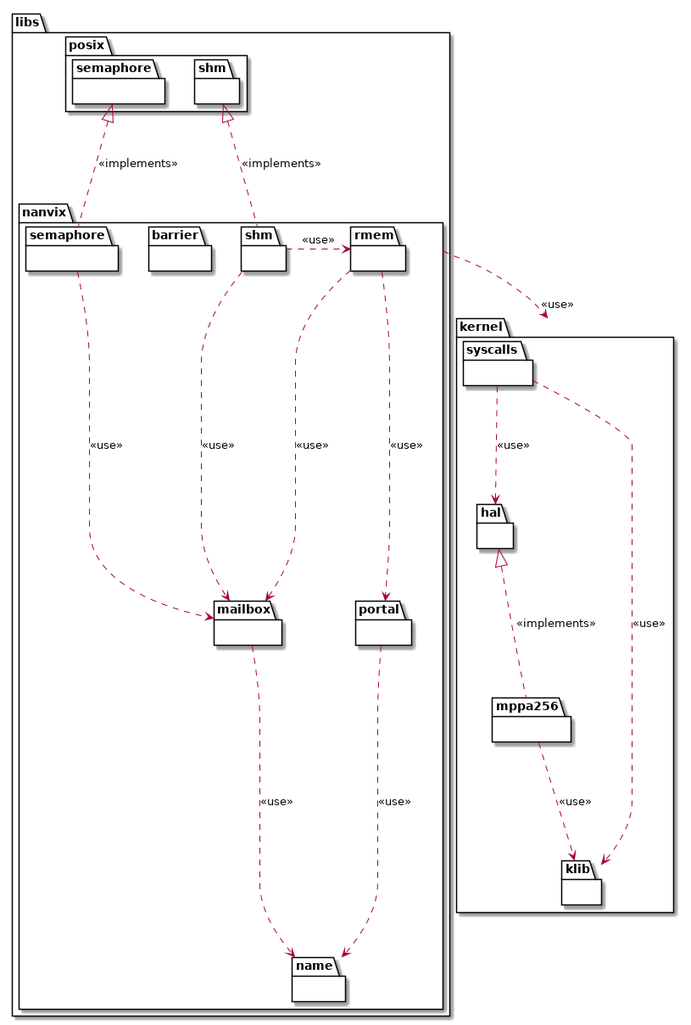
Before: doc/class-diagrams/nanvix.png, a diagram exported from PlantUML (mbcastro/multikernel). The source it was exported from:
```plantuml
@startuml


namespace kernel {
	namespace hal {
	}

	namespace mppa256 {
	}

	namespace syscalls {
	}

	namespace klib {
	}

	kernel.hal      <|.. kernel.mppa256 : <<implements>>
	kernel.mppa256  ..>  kernel.klib    : <<use>>
	kernel.syscalls ..>  kernel.hal     : <<use>>
	kernel.syscalls ..>  kernel.klib    : <<use>>
}


namespace libs {
	namespace nanvix {
		namespace barrier {
		}

		namespace name {
		}

		namespace mailbox {
		}

		namespace portal {
		}

		namespace rmem {
		}

		namespace shm {
		}

		namespace semaphore {
		}
	}

	namespace posix {
		namespace semaphore {
		}

		namespace shm {
		}
	}

	libs.nanvix.mailbox   ..>  libs.nanvix.name      : <<use>>
	libs.nanvix.portal    ..>  libs.nanvix.name      : <<use>>
	libs.nanvix.rmem      ..>  libs.nanvix.mailbox   : <<use>>
	libs.nanvix.rmem      ..>  libs.nanvix.portal    : <<use>>
	libs.nanvix.shm        .>  libs.nanvix.rmem      : <<use>>
	libs.nanvix.shm       ..>  libs.nanvix.mailbox   : <<use>>
	libs.posix.shm        <|.. libs.nanvix.shm       : <<implements>>
	libs.nanvix.semaphore ..>  libs.nanvix.mailbox   : <<use>>
	libs.posix.semaphore  <|.. libs.nanvix.semaphore : <<implements>>
}


libs.nanvix ..>  kernel : <<use>>

@enduml
```
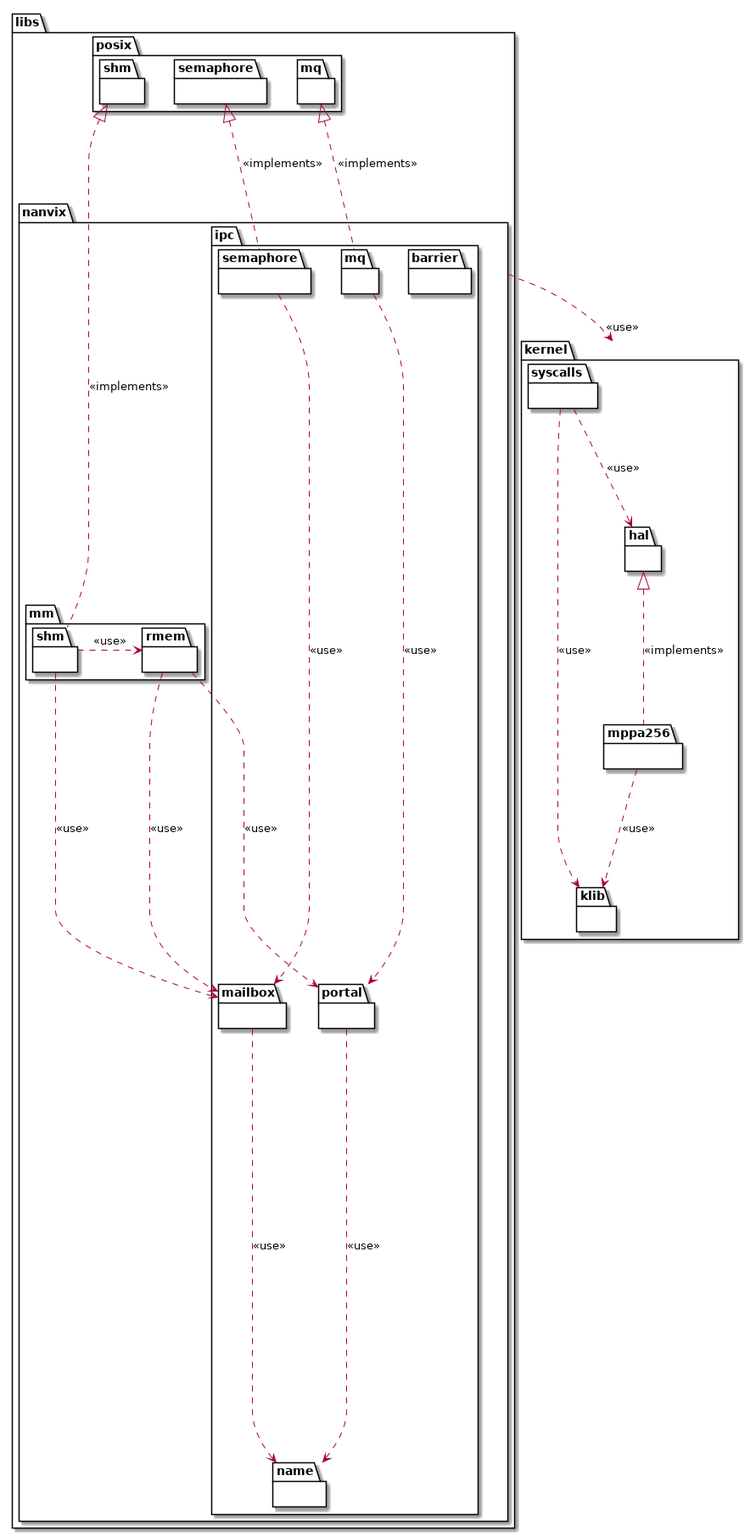
After the commit.

What changed in the source:
```diff
@@ -23,25 +23,32 @@
 
 namespace libs {
 	namespace nanvix {
-		namespace barrier {
+		namespace ipc {
+			namespace barrier {
+			}
+
+			namespace name {
+			}
+
+			namespace mailbox {
+			}
+
+			namespace portal {
+			}
+
+			namespace mq {
+			}
+
+			namespace semaphore {
+			}
 		}
 
-		namespace name {
-		}
+		namespace mm {
+			namespace rmem {
+			}
 
-		namespace mailbox {
-		}
-
-		namespace portal {
-		}
-
-		namespace rmem {
-		}
-
-		namespace shm {
-		}
-
-		namespace semaphore {
+			namespace shm {
+			}
 		}
 	}
 
@@ -51,17 +58,22 @@
 
 		namespace shm {
 		}
+
+		namespace mq {
+		}
 	}
 
-	libs.nanvix.mailbox   ..>  libs.nanvix.name      : <<use>>
-	libs.nanvix.portal    ..>  libs.nanvix.name      : <<use>>
-	libs.nanvix.rmem      ..>  libs.nanvix.mailbox   : <<use>>
-	libs.nanvix.rmem      ..>  libs.nanvix.portal    : <<use>>
-	libs.nanvix.shm        .>  libs.nanvix.rmem      : <<use>>
-	libs.nanvix.shm       ..>  libs.nanvix.mailbox   : <<use>>
-	libs.posix.shm        <|.. libs.nanvix.shm       : <<implements>>
-	libs.nanvix.semaphore ..>  libs.nanvix.mailbox   : <<use>>
-	libs.posix.semaphore  <|.. libs.nanvix.semaphore : <<implements>>
+	libs.nanvix.ipc.mailbox   ..>  libs.nanvix.ipc.name      : <<use>>
+	libs.nanvix.ipc.portal    ..>  libs.nanvix.ipc.name      : <<use>>
+	libs.nanvix.mm.rmem       ..>  libs.nanvix.ipc.mailbox   : <<use>>
+	libs.nanvix.mm.rmem       ..>  libs.nanvix.ipc.portal    : <<use>>
+	libs.nanvix.mm.shm         .>  libs.nanvix.mm.rmem       : <<use>>
+	libs.nanvix.mm.shm        ..>  libs.nanvix.ipc.mailbox   : <<use>>
+	libs.nanvix.ipc.mq        ..>  libs.nanvix.ipc.portal    : <<use>>
+	libs.nanvix.ipc.semaphore ..>  libs.nanvix.ipc.mailbox   : <<use>>
+	libs.posix.shm            <|.  libs.nanvix.mm.shm        : <<implements>>
+	libs.posix.mq             <|.. libs.nanvix.ipc.mq        : <<implements>>
+	libs.posix.semaphore      <|.. libs.nanvix.ipc.semaphore : <<implements>>
 }
 
 
```
